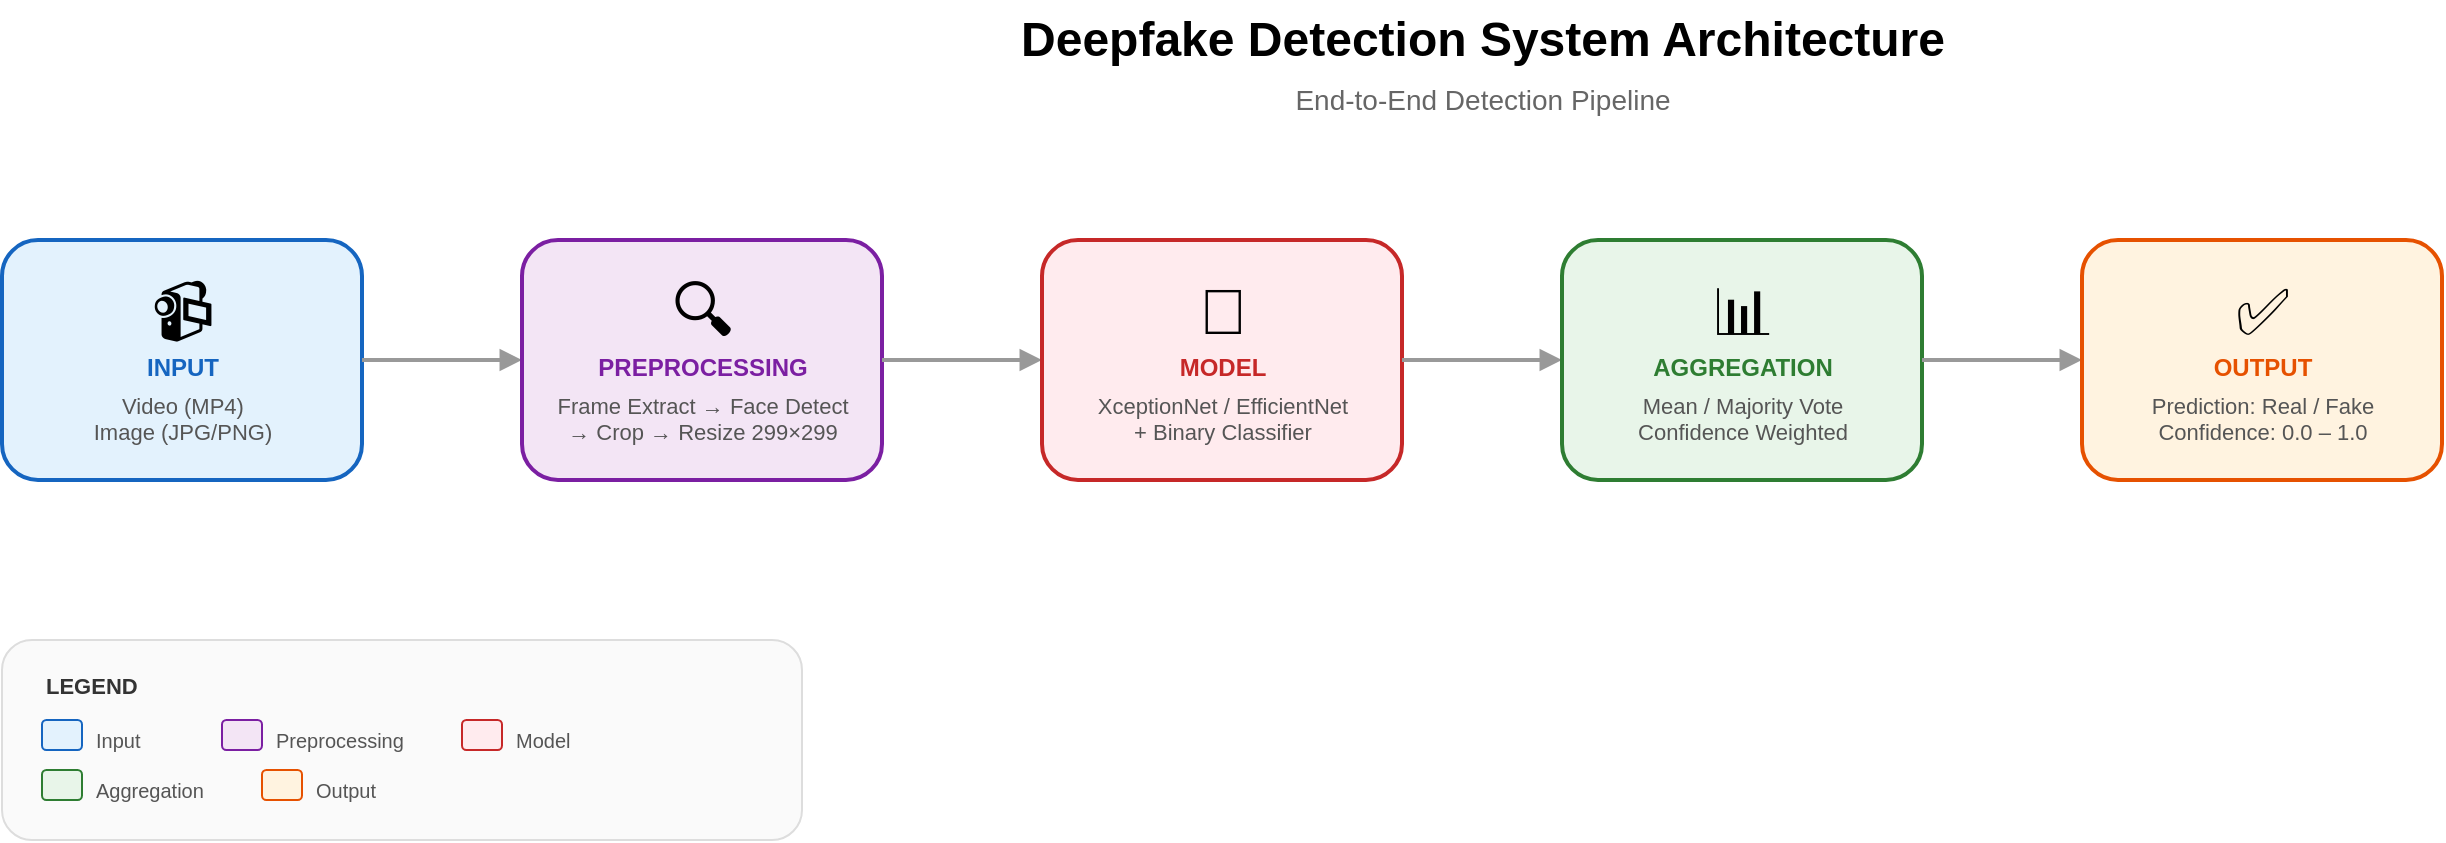
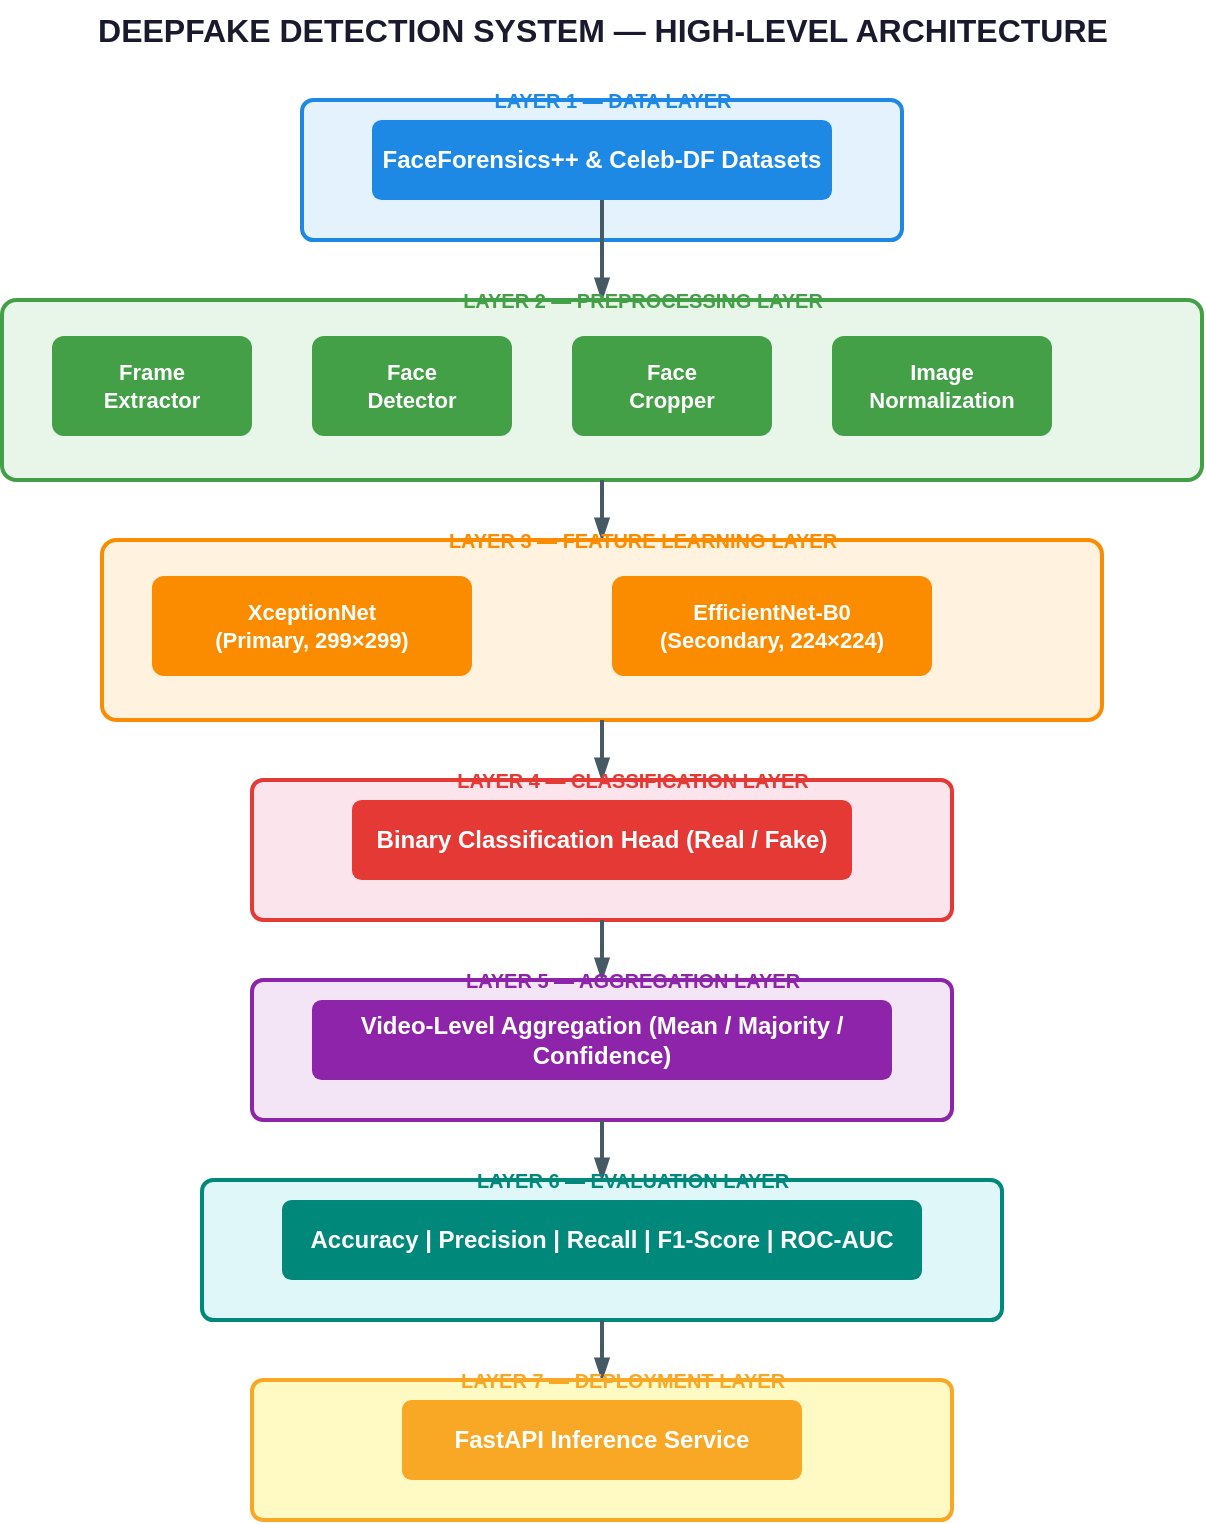
<?xml version="1.0" encoding="UTF-8"?>
- <mxfile host="app.diagrams.net" modified="2026-06-17T00:00:00.000Z" agent="5.0" version="21.0.0">
+ <mxfile host="app.diagrams.net" modified="2026-02-25T10:00:00.000Z" agent="drawio" version="21.0.0" type="device">
  <diagram id="system-architecture" name="System Architecture">
-     <mxGraphModel dx="1422" dy="762" grid="1" gridSize="10" guides="1" tooltips="1" connect="1" arrows="1" fold="1" page="1" pageScale="1" pageWidth="1600" pageHeight="900" math="0" shadow="0">
+     <mxGraphModel dx="1200" dy="800" grid="1" gridSize="10" guides="1" tooltips="1" connect="1" arrows="1" fold="1" page="1" pageScale="1" pageWidth="1100" pageHeight="850" math="0" shadow="0">
      <root>
        <mxCell id="0" />
        <mxCell id="1" parent="0" />

        <!-- Title -->
-         <mxCell id="title" value="Deepfake Detection System Architecture" style="text;html=1;fontSize=24;fontStyle=1;align=center;verticalAlign=middle;" vertex="1" parent="1">
-           <mxGeometry x="500" y="20" width="600" height="40" as="geometry" />
-         </mxCell>
-         <mxCell id="subtitle" value="End-to-End Detection Pipeline" style="text;html=1;fontSize=14;fontColor=#666666;align=center;" vertex="1" parent="1">
-           <mxGeometry x="500" y="55" width="600" height="25" as="geometry" />
+         <mxCell id="title" value="DEEPFAKE DETECTION SYSTEM — HIGH-LEVEL ARCHITECTURE" style="text;html=1;align=center;verticalAlign=middle;resizable=0;points=[];autosize=1;strokeColor=none;fillColor=none;fontSize=16;fontStyle=1;fontColor=#1A1A2E;" vertex="1" parent="1">
+           <mxGeometry x="250" y="10" width="500" height="30" as="geometry" />
        </mxCell>

-         <!-- 1. Input -->
-         <mxCell id="input_box" value="" style="rounded=1;whiteSpace=wrap;html=1;fillColor=#e3f2fd;strokeColor=#1565c0;strokeWidth=2;" vertex="1" parent="1">
-           <mxGeometry x="60" y="140" width="180" height="120" as="geometry" />
+         <!-- Layer 1: Data Layer -->
+         <mxCell id="layer1_bg" value="" style="rounded=1;whiteSpace=wrap;html=1;fillColor=#E3F2FD;strokeColor=#1E88E5;strokeWidth=2;arcSize=8;" vertex="1" parent="1">
+           <mxGeometry x="350" y="60" width="300" height="70" as="geometry" />
        </mxCell>
-         <mxCell id="input_icon" value="📹" style="text;html=1;fontSize=32;align=center;" vertex="1" parent="1">
-           <mxGeometry x="120" y="150" width="60" height="40" as="geometry" />
+         <mxCell id="layer1_label" value="LAYER 1 — DATA LAYER" style="text;html=1;align=center;verticalAlign=middle;resizable=0;points=[];autosize=1;strokeColor=none;fillColor=none;fontSize=10;fontStyle=1;fontColor=#1E88E5;" vertex="1" parent="1">
+           <mxGeometry x="430" y="50" width="150" height="20" as="geometry" />
        </mxCell>
-         <mxCell id="input_title" value="INPUT" style="text;html=1;fontSize=12;fontStyle=1;fontColor=#1565c0;align=center;" vertex="1" parent="1">
-           <mxGeometry x="100" y="190" width="100" height="20" as="geometry" />
-         </mxCell>
-         <mxCell id="input_desc" value="Video (MP4)&lt;br&gt;Image (JPG/PNG)" style="text;html=1;fontSize=11;align=center;fontColor=#555555;" vertex="1" parent="1">
-           <mxGeometry x="80" y="210" width="140" height="40" as="geometry" />
+         <mxCell id="layer1_box" value="FaceForensics++ &amp; Celeb-DF Datasets" style="rounded=1;whiteSpace=wrap;html=1;fillColor=#1E88E5;strokeColor=none;fontColor=#FFFFFF;fontSize=12;fontStyle=1;arcSize=12;" vertex="1" parent="1">
+           <mxGeometry x="385" y="70" width="230" height="40" as="geometry" />
        </mxCell>

-         <!-- Arrow 1 -->
-         <mxCell id="arrow1" value="" style="endArrow=block;endFill=1;strokeWidth=2;strokeColor=#999;" edge="1" parent="1" source="input_box" target="preprocess_box">
+         <!-- Arrow 1→2 -->
+         <mxCell id="arrow1" style="edgeStyle=orthogonalEdgeStyle;rounded=0;orthogonalLoop=1;jettySize=auto;exitX=0.5;exitY=1;exitDx=0;exitDy=0;entryX=0.5;entryY=0;entryDx=0;entryDy=0;strokeColor=#455A64;strokeWidth=2;endArrow=blockThin;endFill=1;" edge="1" parent="1" source="layer1_box" target="layer2_bg">
          <mxGeometry relative="1" as="geometry" />
        </mxCell>

-         <!-- 2. Preprocessing -->
-         <mxCell id="preprocess_box" value="" style="rounded=1;whiteSpace=wrap;html=1;fillColor=#f3e5f5;strokeColor=#7b1fa2;strokeWidth=2;" vertex="1" parent="1">
-           <mxGeometry x="320" y="140" width="180" height="120" as="geometry" />
+         <!-- Layer 2: Preprocessing Layer -->
+         <mxCell id="layer2_bg" value="" style="rounded=1;whiteSpace=wrap;html=1;fillColor=#E8F5E9;strokeColor=#43A047;strokeWidth=2;arcSize=8;" vertex="1" parent="1">
+           <mxGeometry x="200" y="160" width="600" height="90" as="geometry" />
        </mxCell>
-         <mxCell id="preprocess_icon" value="🔍" style="text;html=1;fontSize=32;align=center;" vertex="1" parent="1">
-           <mxGeometry x="380" y="150" width="60" height="40" as="geometry" />
-         </mxCell>
-         <mxCell id="preprocess_title" value="PREPROCESSING" style="text;html=1;fontSize=12;fontStyle=1;fontColor=#7b1fa2;align=center;" vertex="1" parent="1">
-           <mxGeometry x="350" y="190" width="120" height="20" as="geometry" />
-         </mxCell>
-         <mxCell id="preprocess_desc" value="Frame Extract → Face Detect&lt;br&gt;→ Crop → Resize 299×299" style="text;html=1;fontSize=11;align=center;fontColor=#555555;" vertex="1" parent="1">
-           <mxGeometry x="340" y="210" width="140" height="40" as="geometry" />
+         <mxCell id="layer2_label" value="LAYER 2 — PREPROCESSING LAYER" style="text;html=1;align=center;verticalAlign=middle;resizable=0;points=[];autosize=1;strokeColor=none;fillColor=none;fontSize=10;fontStyle=1;fontColor=#43A047;" vertex="1" parent="1">
+           <mxGeometry x="430" y="150" width="180" height="20" as="geometry" />
        </mxCell>

-         <!-- Arrow 2 -->
-         <mxCell id="arrow2" value="" style="endArrow=block;endFill=1;strokeWidth=2;strokeColor=#999;" edge="1" parent="1" source="preprocess_box" target="model_box">
+         <!-- Frame Extractor -->
+         <mxCell id="frame_ext" value="Frame&#xa;Extractor" style="rounded=1;whiteSpace=wrap;html=1;fillColor=#43A047;strokeColor=none;fontColor=#FFFFFF;fontSize=11;fontStyle=1;arcSize=12;" vertex="1" parent="1">
+           <mxGeometry x="225" y="178" width="100" height="50" as="geometry" />
+         </mxCell>
+         <!-- Face Detector -->
+         <mxCell id="face_det" value="Face&#xa;Detector" style="rounded=1;whiteSpace=wrap;html=1;fillColor=#43A047;strokeColor=none;fontColor=#FFFFFF;fontSize=11;fontStyle=1;arcSize=12;" vertex="1" parent="1">
+           <mxGeometry x="355" y="178" width="100" height="50" as="geometry" />
+         </mxCell>
+         <!-- Face Cropper -->
+         <mxCell id="face_crop" value="Face&#xa;Cropper" style="rounded=1;whiteSpace=wrap;html=1;fillColor=#43A047;strokeColor=none;fontColor=#FFFFFF;fontSize=11;fontStyle=1;arcSize=12;" vertex="1" parent="1">
+           <mxGeometry x="485" y="178" width="100" height="50" as="geometry" />
+         </mxCell>
+         <!-- Normalization -->
+         <mxCell id="normalize" value="Image&#xa;Normalization" style="rounded=1;whiteSpace=wrap;html=1;fillColor=#43A047;strokeColor=none;fontColor=#FFFFFF;fontSize=11;fontStyle=1;arcSize=12;" vertex="1" parent="1">
+           <mxGeometry x="615" y="178" width="110" height="50" as="geometry" />
+         </mxCell>
+ 
+         <!-- Arrow 2→3 -->
+         <mxCell id="arrow2" style="edgeStyle=orthogonalEdgeStyle;rounded=0;orthogonalLoop=1;jettySize=auto;exitX=0.5;exitY=1;exitDx=0;exitDy=0;entryX=0.5;entryY=0;entryDx=0;entryDy=0;strokeColor=#455A64;strokeWidth=2;endArrow=blockThin;endFill=1;" edge="1" parent="1" source="layer2_bg" target="layer3_bg">
          <mxGeometry relative="1" as="geometry" />
        </mxCell>

-         <!-- 3. Model -->
-         <mxCell id="model_box" value="" style="rounded=1;whiteSpace=wrap;html=1;fillColor=#ffebee;strokeColor=#c62828;strokeWidth=2;" vertex="1" parent="1">
-           <mxGeometry x="580" y="140" width="180" height="120" as="geometry" />
+         <!-- Layer 3: Feature Learning Layer -->
+         <mxCell id="layer3_bg" value="" style="rounded=1;whiteSpace=wrap;html=1;fillColor=#FFF3E0;strokeColor=#FB8C00;strokeWidth=2;arcSize=8;" vertex="1" parent="1">
+           <mxGeometry x="250" y="280" width="500" height="90" as="geometry" />
        </mxCell>
-         <mxCell id="model_icon" value="🧠" style="text;html=1;fontSize=32;align=center;" vertex="1" parent="1">
-           <mxGeometry x="640" y="150" width="60" height="40" as="geometry" />
-         </mxCell>
-         <mxCell id="model_title" value="MODEL" style="text;html=1;fontSize=12;fontStyle=1;fontColor=#c62828;align=center;" vertex="1" parent="1">
-           <mxGeometry x="620" y="190" width="100" height="20" as="geometry" />
-         </mxCell>
-         <mxCell id="model_desc" value="XceptionNet / EfficientNet&lt;br&gt;+ Binary Classifier" style="text;html=1;fontSize=11;align=center;fontColor=#555555;" vertex="1" parent="1">
-           <mxGeometry x="600" y="210" width="140" height="40" as="geometry" />
+         <mxCell id="layer3_label" value="LAYER 3 — FEATURE LEARNING LAYER" style="text;html=1;align=center;verticalAlign=middle;resizable=0;points=[];autosize=1;strokeColor=none;fillColor=none;fontSize=10;fontStyle=1;fontColor=#FB8C00;" vertex="1" parent="1">
+           <mxGeometry x="430" y="270" width="180" height="20" as="geometry" />
        </mxCell>

-         <!-- Arrow 3 -->
-         <mxCell id="arrow3" value="" style="endArrow=block;endFill=1;strokeWidth=2;strokeColor=#999;" edge="1" parent="1" source="model_box" target="aggregate_box">
+         <!-- XceptionNet -->
+         <mxCell id="xception" value="XceptionNet&#xa;(Primary, 299×299)" style="rounded=1;whiteSpace=wrap;html=1;fillColor=#FB8C00;strokeColor=none;fontColor=#FFFFFF;fontSize=11;fontStyle=1;arcSize=12;" vertex="1" parent="1">
+           <mxGeometry x="275" y="298" width="160" height="50" as="geometry" />
+         </mxCell>
+         <!-- EfficientNet -->
+         <mxCell id="efficientnet" value="EfficientNet-B0&#xa;(Secondary, 224×224)" style="rounded=1;whiteSpace=wrap;html=1;fillColor=#FB8C00;strokeColor=none;fontColor=#FFFFFF;fontSize=11;fontStyle=1;arcSize=12;" vertex="1" parent="1">
+           <mxGeometry x="505" y="298" width="160" height="50" as="geometry" />
+         </mxCell>
+ 
+         <!-- Arrow 3→4 -->
+         <mxCell id="arrow3" style="edgeStyle=orthogonalEdgeStyle;rounded=0;orthogonalLoop=1;jettySize=auto;exitX=0.5;exitY=1;exitDx=0;exitDy=0;entryX=0.5;entryY=0;entryDx=0;entryDy=0;strokeColor=#455A64;strokeWidth=2;endArrow=blockThin;endFill=1;" edge="1" parent="1" source="layer3_bg" target="layer4_bg">
          <mxGeometry relative="1" as="geometry" />
        </mxCell>

-         <!-- 4. Aggregation -->
-         <mxCell id="aggregate_box" value="" style="rounded=1;whiteSpace=wrap;html=1;fillColor=#e8f5e9;strokeColor=#2e7d32;strokeWidth=2;" vertex="1" parent="1">
-           <mxGeometry x="840" y="140" width="180" height="120" as="geometry" />
+         <!-- Layer 4: Classification Layer -->
+         <mxCell id="layer4_bg" value="" style="rounded=1;whiteSpace=wrap;html=1;fillColor=#FCE4EC;strokeColor=#E53935;strokeWidth=2;arcSize=8;" vertex="1" parent="1">
+           <mxGeometry x="325" y="400" width="350" height="70" as="geometry" />
        </mxCell>
-         <mxCell id="aggregate_icon" value="📊" style="text;html=1;fontSize=32;align=center;" vertex="1" parent="1">
-           <mxGeometry x="900" y="150" width="60" height="40" as="geometry" />
+         <mxCell id="layer4_label" value="LAYER 4 — CLASSIFICATION LAYER" style="text;html=1;align=center;verticalAlign=middle;resizable=0;points=[];autosize=1;strokeColor=none;fillColor=none;fontSize=10;fontStyle=1;fontColor=#E53935;" vertex="1" parent="1">
+           <mxGeometry x="430" y="390" width="170" height="20" as="geometry" />
        </mxCell>
-         <mxCell id="aggregate_title" value="AGGREGATION" style="text;html=1;fontSize=12;fontStyle=1;fontColor=#2e7d32;align=center;" vertex="1" parent="1">
-           <mxGeometry x="870" y="190" width="120" height="20" as="geometry" />
-         </mxCell>
-         <mxCell id="aggregate_desc" value="Mean / Majority Vote&lt;br&gt;Confidence Weighted" style="text;html=1;fontSize=11;align=center;fontColor=#555555;" vertex="1" parent="1">
-           <mxGeometry x="860" y="210" width="140" height="40" as="geometry" />
+         <mxCell id="classifier" value="Binary Classification Head (Real / Fake)" style="rounded=1;whiteSpace=wrap;html=1;fillColor=#E53935;strokeColor=none;fontColor=#FFFFFF;fontSize=12;fontStyle=1;arcSize=12;" vertex="1" parent="1">
+           <mxGeometry x="375" y="410" width="250" height="40" as="geometry" />
        </mxCell>

-         <!-- Arrow 4 -->
-         <mxCell id="arrow4" value="" style="endArrow=block;endFill=1;strokeWidth=2;strokeColor=#999;" edge="1" parent="1" source="aggregate_box" target="output_box">
+         <!-- Arrow 4→5 -->
+         <mxCell id="arrow4" style="edgeStyle=orthogonalEdgeStyle;rounded=0;orthogonalLoop=1;jettySize=auto;exitX=0.5;exitY=1;exitDx=0;exitDy=0;entryX=0.5;entryY=0;entryDx=0;entryDy=0;strokeColor=#455A64;strokeWidth=2;endArrow=blockThin;endFill=1;" edge="1" parent="1" source="layer4_bg" target="layer5_bg">
          <mxGeometry relative="1" as="geometry" />
        </mxCell>

-         <!-- 5. Output -->
-         <mxCell id="output_box" value="" style="rounded=1;whiteSpace=wrap;html=1;fillColor=#fff3e0;strokeColor=#e65100;strokeWidth=2;" vertex="1" parent="1">
-           <mxGeometry x="1100" y="140" width="180" height="120" as="geometry" />
+         <!-- Layer 5: Aggregation Layer -->
+         <mxCell id="layer5_bg" value="" style="rounded=1;whiteSpace=wrap;html=1;fillColor=#F3E5F5;strokeColor=#8E24AA;strokeWidth=2;arcSize=8;" vertex="1" parent="1">
+           <mxGeometry x="325" y="500" width="350" height="70" as="geometry" />
        </mxCell>
-         <mxCell id="output_icon" value="✅" style="text;html=1;fontSize=32;align=center;" vertex="1" parent="1">
-           <mxGeometry x="1160" y="150" width="60" height="40" as="geometry" />
+         <mxCell id="layer5_label" value="LAYER 5 — AGGREGATION LAYER" style="text;html=1;align=center;verticalAlign=middle;resizable=0;points=[];autosize=1;strokeColor=none;fillColor=none;fontSize=10;fontStyle=1;fontColor=#8E24AA;" vertex="1" parent="1">
+           <mxGeometry x="435" y="490" width="160" height="20" as="geometry" />
        </mxCell>
-         <mxCell id="output_title" value="OUTPUT" style="text;html=1;fontSize=12;fontStyle=1;fontColor=#e65100;align=center;" vertex="1" parent="1">
-           <mxGeometry x="1140" y="190" width="100" height="20" as="geometry" />
-         </mxCell>
-         <mxCell id="output_desc" value="Prediction: Real / Fake&lt;br&gt;Confidence: 0.0 – 1.0" style="text;html=1;fontSize=11;align=center;fontColor=#555555;" vertex="1" parent="1">
-           <mxGeometry x="1120" y="210" width="140" height="40" as="geometry" />
+         <mxCell id="aggregator" value="Video-Level Aggregation (Mean / Majority / Confidence)" style="rounded=1;whiteSpace=wrap;html=1;fillColor=#8E24AA;strokeColor=none;fontColor=#FFFFFF;fontSize=12;fontStyle=1;arcSize=12;" vertex="1" parent="1">
+           <mxGeometry x="355" y="510" width="290" height="40" as="geometry" />
        </mxCell>

-         <!-- Legend -->
-         <mxCell id="legend_box" value="" style="rounded=1;whiteSpace=wrap;html=1;fillColor=#fafafa;strokeColor=#ddd;" vertex="1" parent="1">
-           <mxGeometry x="60" y="340" width="400" height="100" as="geometry" />
+         <!-- Arrow 5→6 -->
+         <mxCell id="arrow5" style="edgeStyle=orthogonalEdgeStyle;rounded=0;orthogonalLoop=1;jettySize=auto;exitX=0.5;exitY=1;exitDx=0;exitDy=0;entryX=0.5;entryY=0;entryDx=0;entryDy=0;strokeColor=#455A64;strokeWidth=2;endArrow=blockThin;endFill=1;" edge="1" parent="1" source="layer5_bg" target="layer6_bg">
+           <mxGeometry relative="1" as="geometry" />
        </mxCell>
-         <mxCell id="legend_title" value="LEGEND" style="text;html=1;fontSize=11;fontStyle=1;fontColor=#333;" vertex="1" parent="1">
-           <mxGeometry x="80" y="350" width="60" height="20" as="geometry" />
+ 
+         <!-- Layer 6: Evaluation Layer -->
+         <mxCell id="layer6_bg" value="" style="rounded=1;whiteSpace=wrap;html=1;fillColor=#E0F7FA;strokeColor=#00897B;strokeWidth=2;arcSize=8;" vertex="1" parent="1">
+           <mxGeometry x="300" y="600" width="400" height="70" as="geometry" />
        </mxCell>
-         <mxCell id="leg1" value="" style="rounded=1;fillColor=#e3f2fd;strokeColor=#1565c0;" vertex="1" parent="1">
-           <mxGeometry x="80" y="380" width="20" height="15" as="geometry" />
+         <mxCell id="layer6_label" value="LAYER 6 — EVALUATION LAYER" style="text;html=1;align=center;verticalAlign=middle;resizable=0;points=[];autosize=1;strokeColor=none;fillColor=none;fontSize=10;fontStyle=1;fontColor=#00897B;" vertex="1" parent="1">
+           <mxGeometry x="440" y="590" width="150" height="20" as="geometry" />
        </mxCell>
-         <mxCell id="leg1_text" value="Input" style="text;fontSize=10;fontColor=#555;" vertex="1" parent="1">
-           <mxGeometry x="105" y="378" width="50" height="20" as="geometry" />
+         <mxCell id="evaluator" value="Accuracy | Precision | Recall | F1-Score | ROC-AUC" style="rounded=1;whiteSpace=wrap;html=1;fillColor=#00897B;strokeColor=none;fontColor=#FFFFFF;fontSize=12;fontStyle=1;arcSize=12;" vertex="1" parent="1">
+           <mxGeometry x="340" y="610" width="320" height="40" as="geometry" />
        </mxCell>
-         <mxCell id="leg2" value="" style="rounded=1;fillColor=#f3e5f5;strokeColor=#7b1fa2;" vertex="1" parent="1">
-           <mxGeometry x="170" y="380" width="20" height="15" as="geometry" />
+ 
+         <!-- Arrow 6→7 -->
+         <mxCell id="arrow6" style="edgeStyle=orthogonalEdgeStyle;rounded=0;orthogonalLoop=1;jettySize=auto;exitX=0.5;exitY=1;exitDx=0;exitDy=0;entryX=0.5;entryY=0;entryDx=0;entryDy=0;strokeColor=#455A64;strokeWidth=2;endArrow=blockThin;endFill=1;" edge="1" parent="1" source="layer6_bg" target="layer7_bg">
+           <mxGeometry relative="1" as="geometry" />
        </mxCell>
-         <mxCell id="leg2_text" value="Preprocessing" style="text;fontSize=10;fontColor=#555;" vertex="1" parent="1">
-           <mxGeometry x="195" y="378" width="80" height="20" as="geometry" />
+ 
+         <!-- Layer 7: Deployment Layer -->
+         <mxCell id="layer7_bg" value="" style="rounded=1;whiteSpace=wrap;html=1;fillColor=#FFF9C4;strokeColor=#F9A825;strokeWidth=2;arcSize=8;" vertex="1" parent="1">
+           <mxGeometry x="325" y="700" width="350" height="70" as="geometry" />
        </mxCell>
-         <mxCell id="leg3" value="" style="rounded=1;fillColor=#ffebee;strokeColor=#c62828;" vertex="1" parent="1">
-           <mxGeometry x="290" y="380" width="20" height="15" as="geometry" />
+         <mxCell id="layer7_label" value="LAYER 7 — DEPLOYMENT LAYER" style="text;html=1;align=center;verticalAlign=middle;resizable=0;points=[];autosize=1;strokeColor=none;fillColor=none;fontSize=10;fontStyle=1;fontColor=#F9A825;" vertex="1" parent="1">
+           <mxGeometry x="435" y="690" width="150" height="20" as="geometry" />
        </mxCell>
-         <mxCell id="leg3_text" value="Model" style="text;fontSize=10;fontColor=#555;" vertex="1" parent="1">
-           <mxGeometry x="315" y="378" width="50" height="20" as="geometry" />
-         </mxCell>
-         <mxCell id="leg4" value="" style="rounded=1;fillColor=#e8f5e9;strokeColor=#2e7d32;" vertex="1" parent="1">
-           <mxGeometry x="80" y="405" width="20" height="15" as="geometry" />
-         </mxCell>
-         <mxCell id="leg4_text" value="Aggregation" style="text;fontSize=10;fontColor=#555;" vertex="1" parent="1">
-           <mxGeometry x="105" y="403" width="70" height="20" as="geometry" />
-         </mxCell>
-         <mxCell id="leg5" value="" style="rounded=1;fillColor=#fff3e0;strokeColor=#e65100;" vertex="1" parent="1">
-           <mxGeometry x="190" y="405" width="20" height="15" as="geometry" />
-         </mxCell>
-         <mxCell id="leg5_text" value="Output" style="text;fontSize=10;fontColor=#555;" vertex="1" parent="1">
-           <mxGeometry x="215" y="403" width="50" height="20" as="geometry" />
+         <mxCell id="deployer" value="FastAPI Inference Service" style="rounded=1;whiteSpace=wrap;html=1;fillColor=#F9A825;strokeColor=none;fontColor=#FFFFFF;fontSize=12;fontStyle=1;arcSize=12;" vertex="1" parent="1">
+           <mxGeometry x="400" y="710" width="200" height="40" as="geometry" />
        </mxCell>

      </root>
    </mxGraphModel>
  </diagram>
</mxfile>
